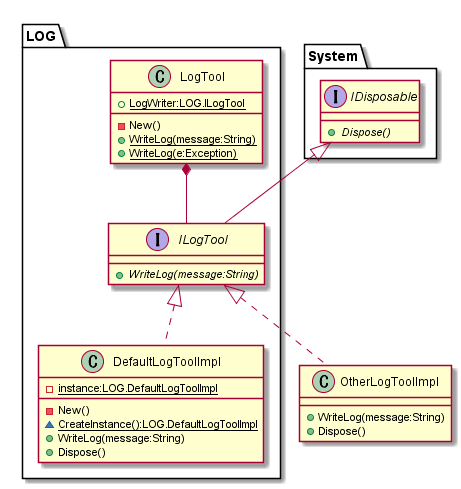
hirorich/CommonTool keeps this PlantUML diagram as doc/ClassDiagram/LogUtill.png. Above is the earlier version.
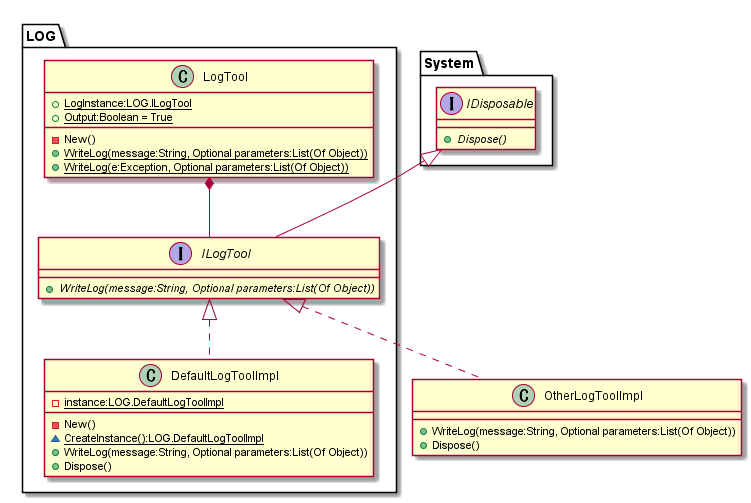
The same diagram one commit later.

Change to the diagram source:
```diff
@@ -5,16 +5,17 @@
 }
 
 interface LOG.ILogTool {
-  + {abstract} WriteLog(message:String)
+  + {abstract} WriteLog(message:String, Optional parameters:List(Of Object))
 }
 System.IDisposable <|-- LOG.ILogTool
 
 class LOG.LogTool {
-  + {static} LogWriter:LOG.ILogTool
+  + {static} LogInstance:LOG.ILogTool
+  + {static} Output:Boolean = True
 
   - New()
-  + {static} WriteLog(message:String)
-  + {static} WriteLog(e:Exception)
+  + {static} WriteLog(message:String, Optional parameters:List(Of Object))
+  + {static} WriteLog(e:Exception, Optional parameters:List(Of Object))
 }
 LOG.LogTool *-- LOG.ILogTool
 
@@ -23,13 +24,13 @@
 
   - New()
   ~ {static} CreateInstance():LOG.DefaultLogToolImpl
-  + WriteLog(message:String)
+  + WriteLog(message:String, Optional parameters:List(Of Object))
   + Dispose()
 }
 LOG.ILogTool <|.. LOG.DefaultLogToolImpl
 
 class OtherLogToolImpl {
-  + WriteLog(message:String)
+  + WriteLog(message:String, Optional parameters:List(Of Object))
   + Dispose()
 }
 LOG.ILogTool <|.. OtherLogToolImpl
```
